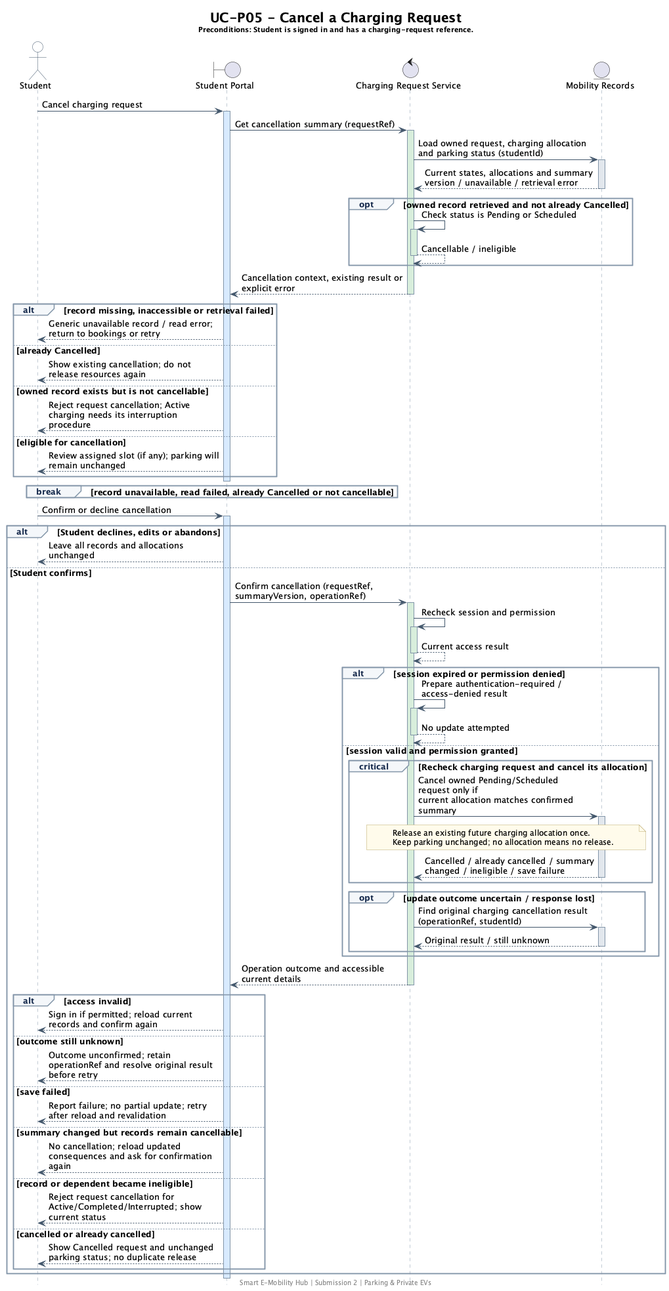
The PlantUML diagram docs/submission-2/sequence-diagrams/parking-private-ev/SD_CancelChargingRequest.png in thanhpham1108/smart-e-mobility-hub, before a commit.
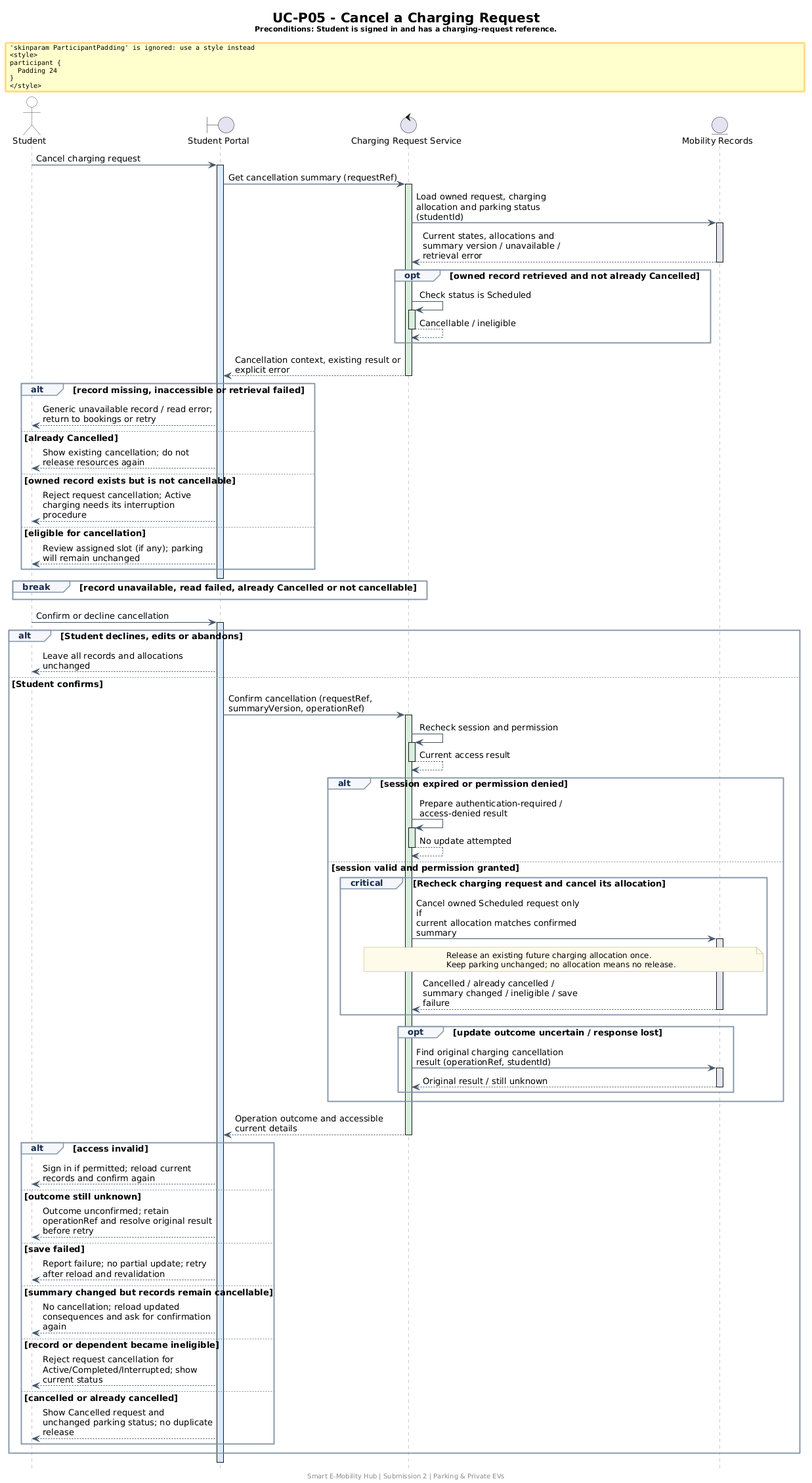
The same diagram one commit later.

The edit, as a diff of the source:
```diff
@@ -47,7 +47,7 @@
 DATA --> SVC: Current states, allocations and summary version / unavailable / retrieval error
 deactivate DATA
 opt owned record retrieved and not already Cancelled
-SVC -> SVC: Check status is Pending or Scheduled
+SVC -> SVC: Check status is Scheduled
 activate SVC #D8EEDC
 SVC --> SVC: Cancellable / ineligible
 deactivate SVC
@@ -86,7 +86,7 @@
 deactivate SVC
 else session valid and permission granted
 critical Recheck charging request and cancel its allocation
-SVC -> DATA: Cancel owned Pending/Scheduled request only if\ncurrent allocation matches confirmed summary
+SVC -> DATA: Cancel owned Scheduled request only if\ncurrent allocation matches confirmed summary
 activate DATA #E2E7ED
 note over SVC,DATA
   Release an existing future charging allocation once.
```
